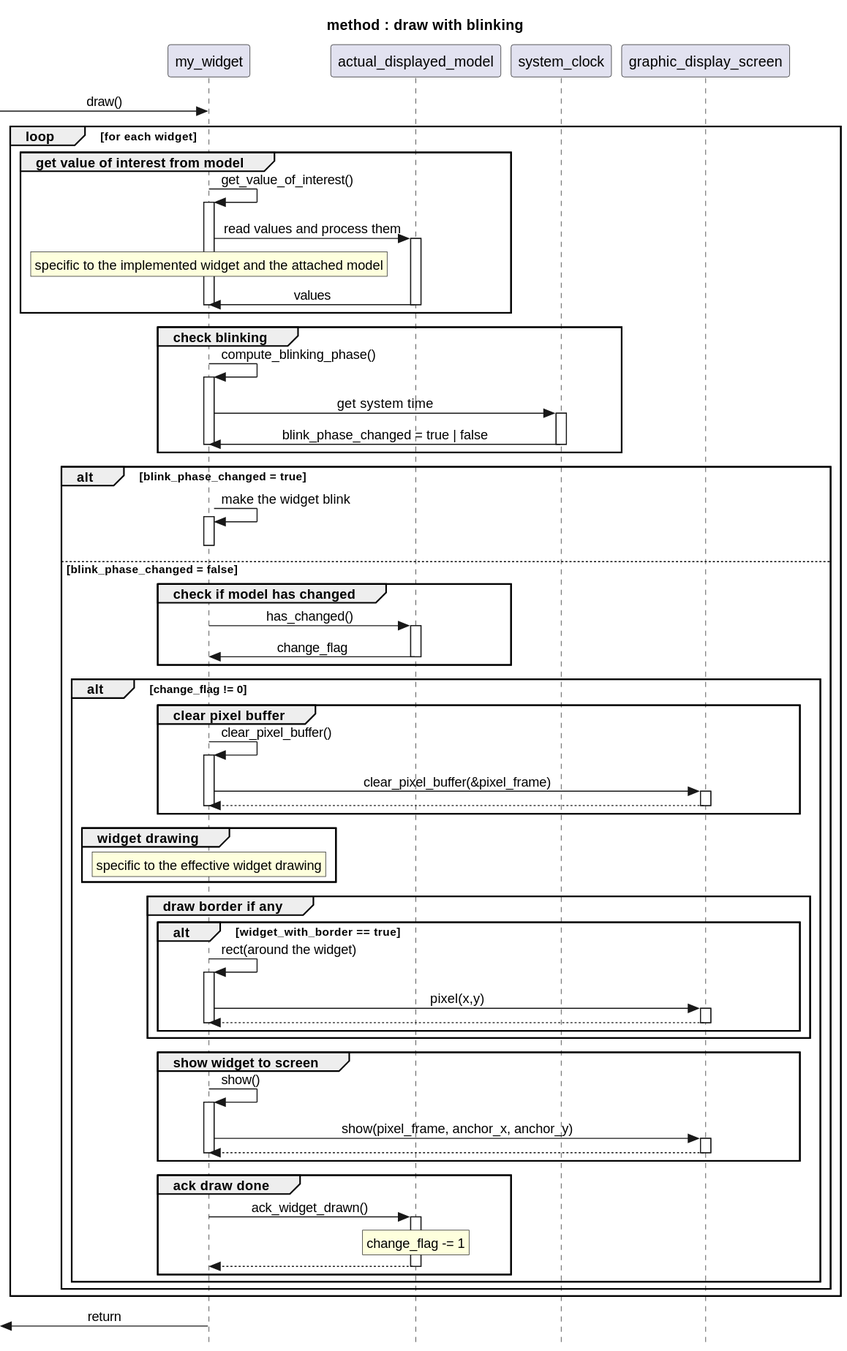
Earlier version of the PlantUML export docs/resource/draw_with_blinking.svg (xiansnn/CPP_DevKit2). Its diagram source:
```plantuml
@startuml
title method : draw with blinking
skinparam style strictuml
skinparam SequenceMessageAlignment center

[-> my_widget : draw()

loop for each widget
group get value of interest from model
my_widget->my_widget ++: get_value_of_interest()
actual_displayed_model <- my_widget ++: read values and process them
rnote over my_widget : specific to the implemented widget and the attached model
actual_displayed_model -> my_widget --: values
deactivate my_widget
end
group check blinking
my_widget -> my_widget ++ : compute_blinking_phase()
my_widget -> system_clock ++ : get system time
my_widget <- system_clock --: blink_phase_changed = true | false
deactivate my_widget
end

alt blink_phase_changed = true
my_widget -> my_widget ++: make the widget blink
deactivate my_widget

else blink_phase_changed = false



group check if model has changed
actual_displayed_model <- my_widget ++: has_changed()
actual_displayed_model -> my_widget --: change_flag
end
alt change_flag != 0

group clear pixel buffer
my_widget -> my_widget ++: clear_pixel_buffer()
my_widget -> graphic_display_screen ++: clear_pixel_buffer(&pixel_frame)
return
deactivate my_widget
end
group widget drawing
rnote over my_widget : specific to the effective widget drawing
end

group draw border if any
alt widget_with_border == true
my_widget -> my_widget ++: rect(around the widget)
my_widget -> graphic_display_screen ++: pixel(x,y)
return
deactivate my_widget
end
end
group show widget to screen
my_widget-> my_widget ++ : show()
my_widget -> graphic_display_screen ++: show(pixel_frame, anchor_x, anchor_y)
return
deactivate my_widget
end

group ack draw done
my_widget -> actual_displayed_model ++: ack_widget_drawn()
rnote over actual_displayed_model : change_flag -= 1
return
end
end
end
end
[<- my_widget: return
@enduml
```
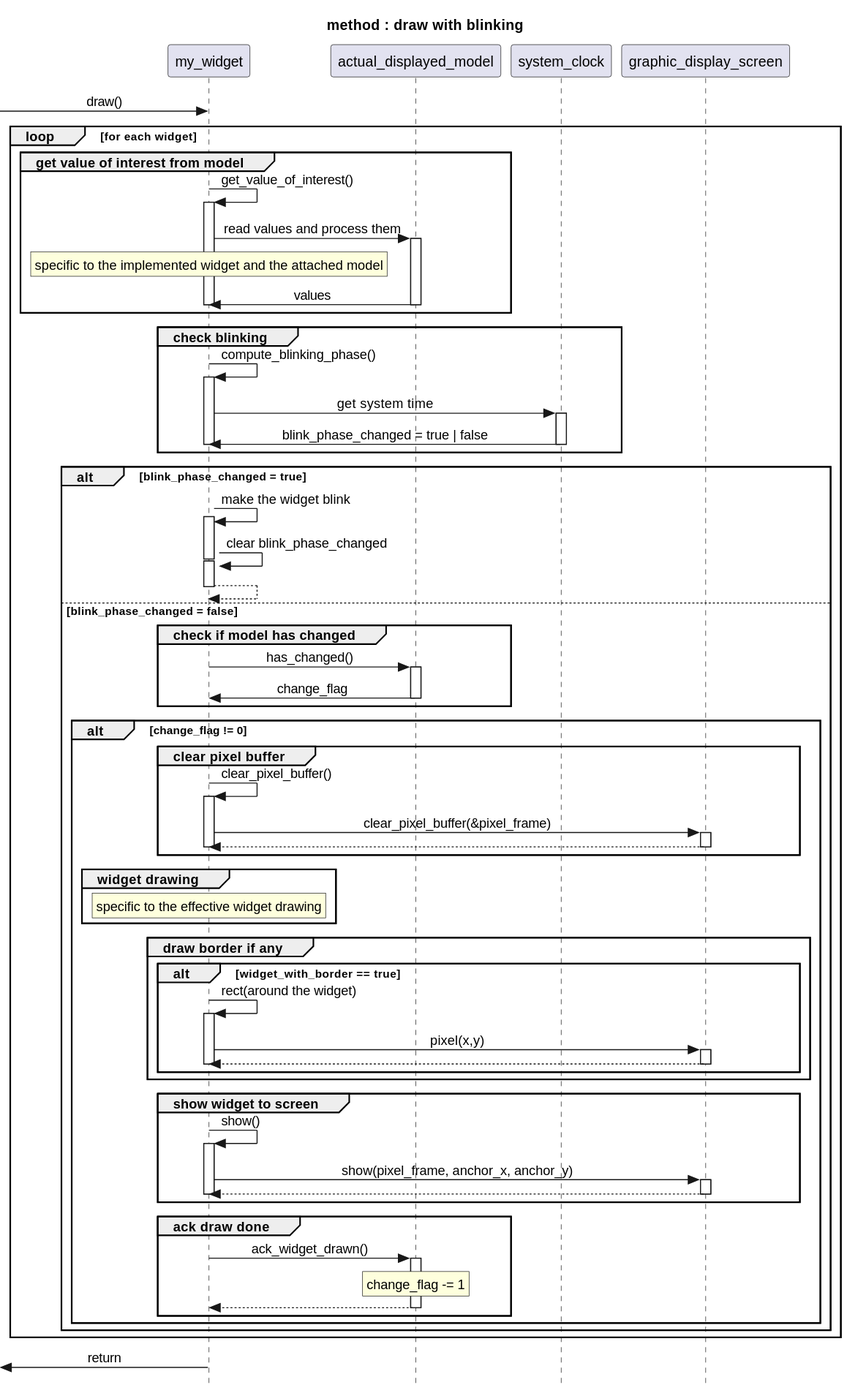
After the change.

The edit, as a diff of the source:
```diff
@@ -21,13 +21,14 @@
 end
 
 alt blink_phase_changed = true
-my_widget -> my_widget ++: make the widget blink
+my_widget -> my_widget --++: make the widget blink
+my_widget -> my_widget --++: clear blink_phase_changed
+return
 deactivate my_widget
-
-else blink_phase_changed = false
 
 
 
+else blink_phase_changed = false
 group check if model has changed
 actual_displayed_model <- my_widget ++: has_changed()
 actual_displayed_model -> my_widget --: change_flag
```
